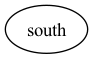
Before: pictures/tree.png, a diagram exported from Graphviz (linusheck/molehill). Its source is kept beside it as pictures/tree.dot.
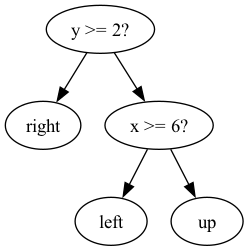
After the commit.

The edit, as a diff of the source:
```diff
@@ -1,3 +1,11 @@
 digraph tree {
-    "0x0" [label="south"];
+    "0x0" [label="y >= 2?"];
+    "0x1" [label="right"];
+    "0x2" [label="x >= 6?"];
+    "0x3" [label="left"];
+    "0x4" [label="up"];
+    "0x0" -> "0x1";
+    "0x0" -> "0x2";
+    "0x2" -> "0x3";
+    "0x2" -> "0x4";
 }
```
